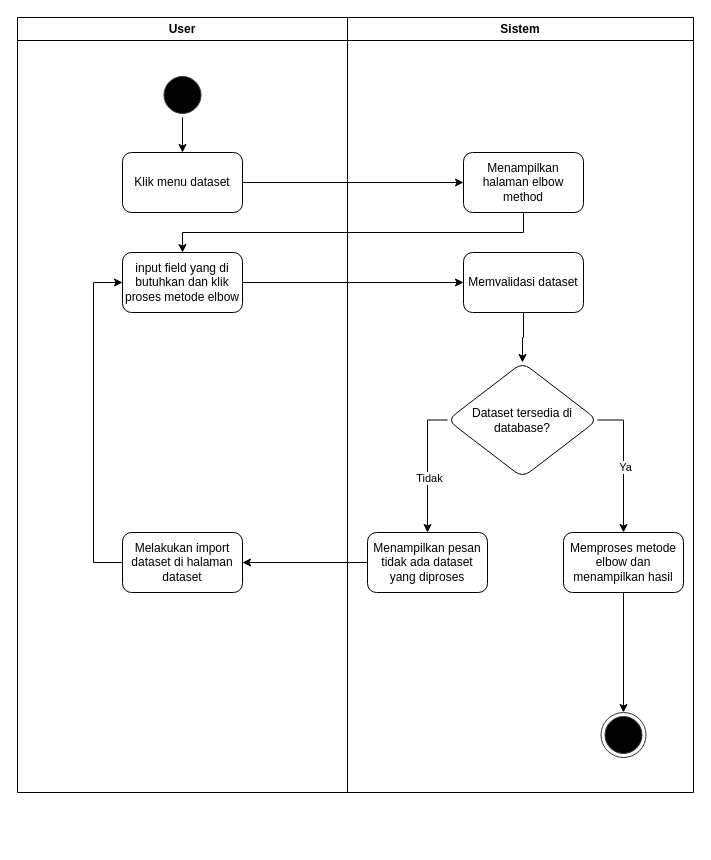
Before: Activity Diagram/master/activity-diagram-dataset.drawio in chandrarafi/uml-chintia, a draw.io diagram. Source tidied: cells renumbered, new cells numbered last; positions are measured from the earlier drawing's top-left corner, leaving out a move shared by most shapes. Both pictures are drawn from the tidied source at 100%, with x=0, y=0 at pixel (17, 17).
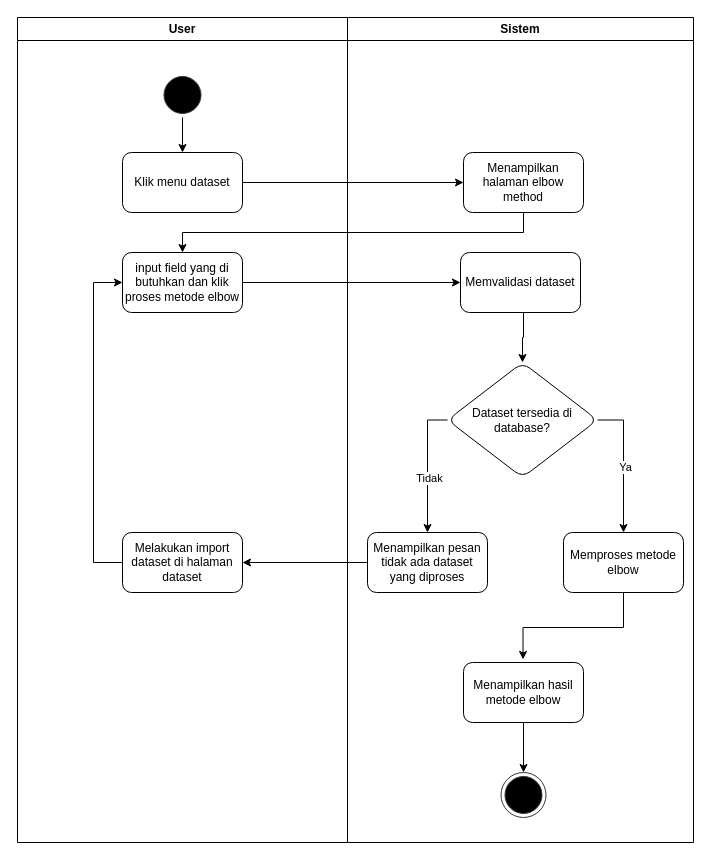
The same diagram, later.

Unchanged cells that the change refers to:
```xml
<mxCell id="17" value="Dataset tersedia di database?" style="rhombus;whiteSpace=wrap;html=1;rounded=1;" parent="9" vertex="1">
  <mxGeometry x="100" y="345" width="150" height="115" as="geometry" />
</mxCell>
```

Diff of the diagram source:
```diff
@@
     <mxCell id="2" value="User" style="swimlane;whiteSpace=wrap;html=1;" parent="1" vertex="1">
-      <mxGeometry width="330" height="775" as="geometry" />
+      <mxGeometry width="330" height="825" as="geometry" />
     </mxCell>
@@
     <mxCell id="9" value="Sistem" style="swimlane;whiteSpace=wrap;html=1;" parent="1" vertex="1">
-      <mxGeometry x="330" width="346" height="775" as="geometry" />
+      <mxGeometry x="330" width="346" height="825" as="geometry" />
     </mxCell>
@@
     <mxCell id="11" style="edgeStyle=orthogonalEdgeStyle;rounded=0;jettySize=auto;html=1;exitX=0.5;exitY=1;exitDx=0;exitDy=0;entryX=0.5;entryY=0;entryDx=0;entryDy=0;" parent="9" edge="1" source="12" target="17">
-      <mxGeometry relative="1" as="geometry" />
+      <mxGeometry relative="1" as="geometry">
+        <Array as="points">
+          <mxPoint x="176" y="295" />
+          <mxPoint x="176" y="320" />
+          <mxPoint x="175" y="320" />
+        </Array>
+      </mxGeometry>
     </mxCell>
     <mxCell id="12" value="Memvalidasi dataset" style="rounded=1;whiteSpace=wrap;html=1;" parent="9" vertex="1">
-      <mxGeometry x="116" y="235" width="120" height="60" as="geometry" />
+      <mxGeometry x="113" y="235" width="120" height="60" as="geometry" />
     </mxCell>
@@
-    <mxCell id="18" style="edgeStyle=orthogonalEdgeStyle;rounded=0;jettySize=auto;html=1;entryX=0.5;entryY=0;entryDx=0;entryDy=0;" parent="9" edge="1" source="19" target="21">
-      <mxGeometry relative="1" as="geometry" />
-    </mxCell>
-    <mxCell id="19" value="Memproses metode elbow dan menampilkan hasil" style="rounded=1;whiteSpace=wrap;html=1;" parent="9" vertex="1">
+    <mxCell id="19" value="Memproses metode elbow" style="rounded=1;whiteSpace=wrap;html=1;" parent="9" vertex="1">
       <mxGeometry x="216" y="515" width="120" height="60" as="geometry" />
     </mxCell>
@@
     <mxCell id="21" style="ellipse;html=1;shape=endState;fillColor=#000000;strokeColor=#333333;" parent="9" vertex="1">
-      <mxGeometry x="253.5" y="695" width="45" height="45" as="geometry" />
+      <mxGeometry x="153.5" y="755" width="45" height="45" as="geometry" />
     </mxCell>
+    <mxCell id="26" style="edgeStyle=orthogonalEdgeStyle;rounded=0;jettySize=auto;html=1;entryX=0.5;entryY=0;entryDx=0;entryDy=0;" parent="9" edge="1" source="27" target="21">
+      <mxGeometry relative="1" as="geometry" />
+    </mxCell>
+    <mxCell id="27" value="Menampilkan hasil metode elbow" style="rounded=1;whiteSpace=wrap;html=1;" parent="9" vertex="1">
+      <mxGeometry x="116" y="645" width="120" height="60" as="geometry" />
+    </mxCell>
+    <mxCell id="28" style="edgeStyle=orthogonalEdgeStyle;rounded=0;jettySize=auto;html=1;entryX=0.496;entryY=-0.051;entryDx=0;entryDy=0;entryPerimeter=0;" parent="9" edge="1" source="19" target="27">
+      <mxGeometry relative="1" as="geometry" />
+    </mxCell>
```
